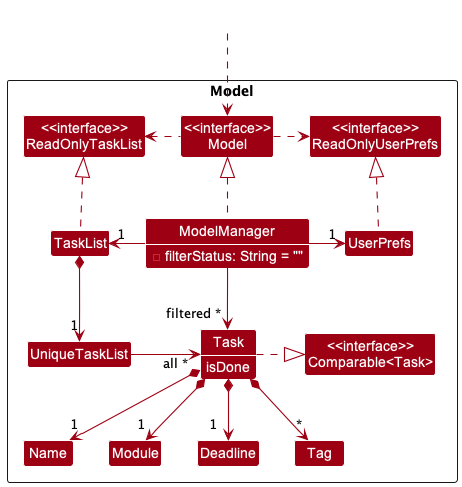
The PlantUML diagram docs/images/ModelClassDiagram.png in nus-cs2103-AY2223S1/tp, before a commit.
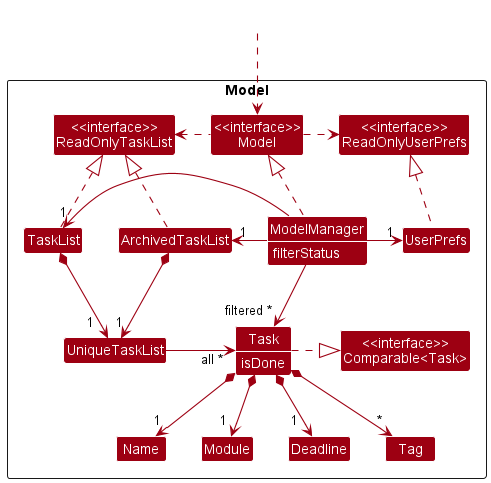
Later version of the same file.

The edit, as a diff of the source:
```diff
@@ -12,9 +12,10 @@
     Class "<<interface>>\nReadOnlyTaskList" as ReadOnlyTaskList
     Class "<<interface>>\nReadOnlyUserPrefs" as ReadOnlyUserPrefs
     Class "<<interface>>\nModel" as Model
+    Class ArchivedTaskList
     Class TaskList
     Class ModelManager {
-        -filterStatus: String = ""
+        filterStatus
     }
     Class UserPrefs
     Class UniqueTaskList
@@ -33,16 +34,19 @@
 Class HiddenOutside #FFFFFF
 HiddenOutside ..> Model
 
+ArchivedTaskList .up.|> ReadOnlyTaskList
 TaskList .up.|> ReadOnlyTaskList
 
 ModelManager .up.|> Model
 Model .right.> ReadOnlyUserPrefs
 Model .left.> ReadOnlyTaskList
-ModelManager -left-> "1" TaskList
+ModelManager -> "1" TaskList
+ModelManager -> "1" ArchivedTaskList
 ModelManager -right-> "1" UserPrefs
 UserPrefs .up.|> ReadOnlyUserPrefs
 
-TaskList *--> "1" UniqueTaskList
+TaskList *--> "1  " UniqueTaskList
+ArchivedTaskList *--> "1" UniqueTaskList
 
 UniqueTaskList -r-> "all ~* " Task : \t
 
```
